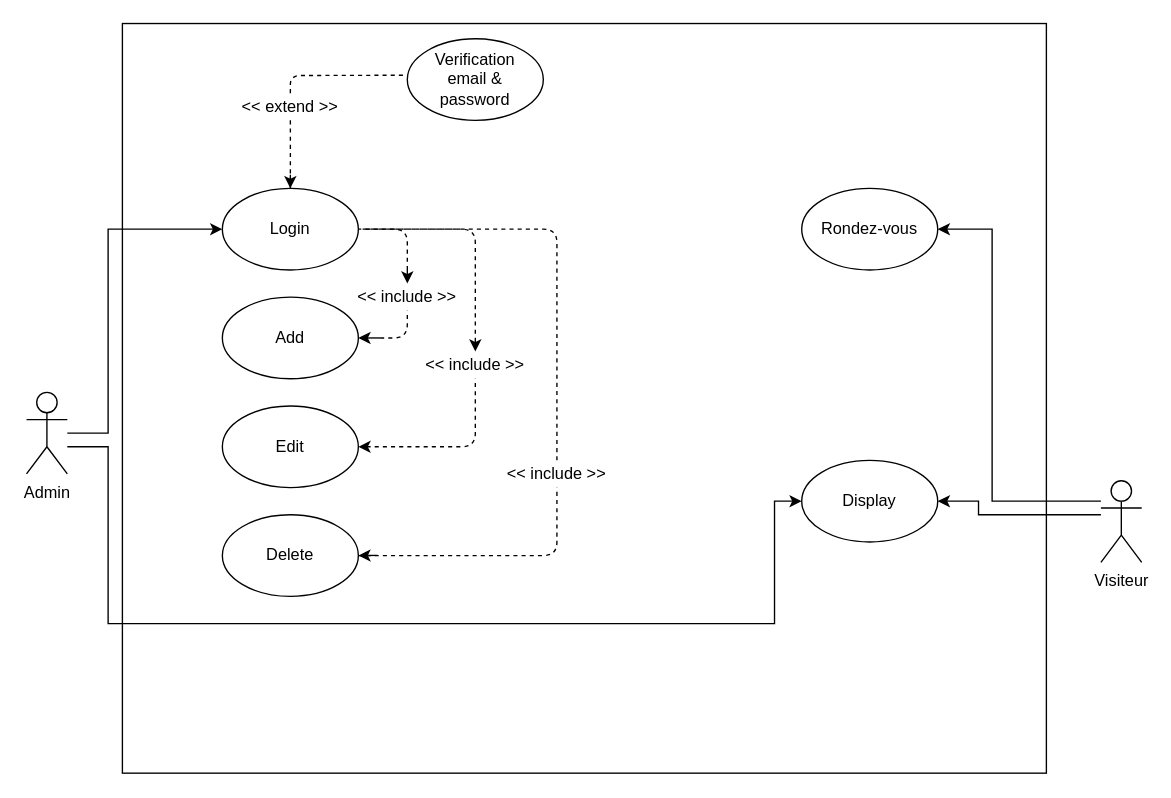
This is Conseption/Back/UML/useCase.dio from Douaa19/PFR, a draw.io file, before an edit. Source tidied: cells renumbered, new cells numbered last; positions are measured from the earlier drawing's top-left corner, leaving out a move shared by most shapes. Both pictures are drawn from the tidied source at 136%, with x=0, y=0 at pixel (26, -64).
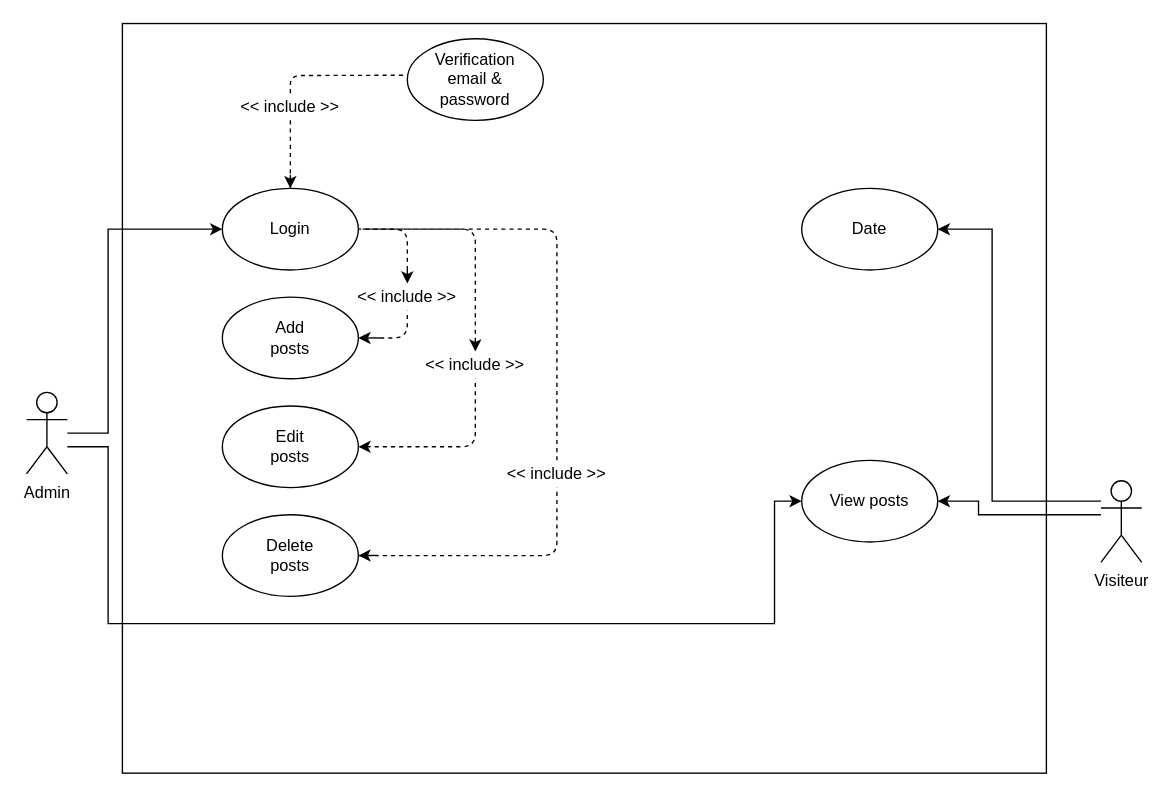
The same diagram, later.

Commit message (it also covers changes not shown here):
ModificationsBack-End

The edit, as a diff of the source:
```diff
@@
-    <mxCell id="8" value="Add" style="text;html=1;strokeColor=none;fillColor=none;align=center;verticalAlign=middle;whiteSpace=wrap;rounded=0;" parent="1" vertex="1">
+    <mxCell id="8" value="Add posts" style="text;html=1;strokeColor=none;fillColor=none;align=center;verticalAlign=middle;whiteSpace=wrap;rounded=0;" parent="1" vertex="1">
       <mxGeometry x="174" y="285" width="40" height="20" as="geometry" />
     </mxCell>
@@
-    <mxCell id="10" value="Edit" style="text;html=1;strokeColor=none;fillColor=none;align=center;verticalAlign=middle;whiteSpace=wrap;rounded=0;" parent="1" vertex="1">
+    <mxCell id="10" value="Edit posts" style="text;html=1;strokeColor=none;fillColor=none;align=center;verticalAlign=middle;whiteSpace=wrap;rounded=0;" parent="1" vertex="1">
       <mxGeometry x="174" y="365" width="40" height="20" as="geometry" />
     </mxCell>
@@
-    <mxCell id="12" value="Delete" style="text;html=1;strokeColor=none;fillColor=none;align=center;verticalAlign=middle;whiteSpace=wrap;rounded=0;" parent="1" vertex="1">
+    <mxCell id="12" value="Delete posts" style="text;html=1;strokeColor=none;fillColor=none;align=center;verticalAlign=middle;whiteSpace=wrap;rounded=0;" parent="1" vertex="1">
       <mxGeometry x="174" y="445" width="40" height="20" as="geometry" />
     </mxCell>
@@
-    <mxCell id="28" value="Rondez-vous" style="text;html=1;strokeColor=none;fillColor=none;align=center;verticalAlign=middle;whiteSpace=wrap;rounded=0;" parent="1" vertex="1">
+    <mxCell id="28" value="Date" style="text;html=1;strokeColor=none;fillColor=none;align=center;verticalAlign=middle;whiteSpace=wrap;rounded=0;" parent="1" vertex="1">
       <mxGeometry x="575" y="205" width="90" height="20" as="geometry" />
     </mxCell>
@@
-    <mxCell id="33" value="&amp;lt;&amp;lt; extend &amp;gt;&amp;gt;" style="text;html=1;strokeColor=none;fillColor=none;align=center;verticalAlign=middle;whiteSpace=wrap;rounded=0;rotation=0;" parent="1" vertex="1">
+    <mxCell id="33" value="&amp;lt;&amp;lt; include &amp;gt;&amp;gt;" style="text;html=1;strokeColor=none;fillColor=none;align=center;verticalAlign=middle;whiteSpace=wrap;rounded=0;rotation=0;" parent="1" vertex="1">
       <mxGeometry x="154" y="115" width="80" height="20" as="geometry" />
     </mxCell>
@@
-    <mxCell id="37" value="Display" style="text;html=1;strokeColor=none;fillColor=none;align=center;verticalAlign=middle;whiteSpace=wrap;rounded=0;" parent="1" vertex="1">
+    <mxCell id="37" value="View posts" style="text;html=1;strokeColor=none;fillColor=none;align=center;verticalAlign=middle;whiteSpace=wrap;rounded=0;" parent="1" vertex="1">
       <mxGeometry x="575" y="405" width="90" height="20" as="geometry" />
     </mxCell>
```
